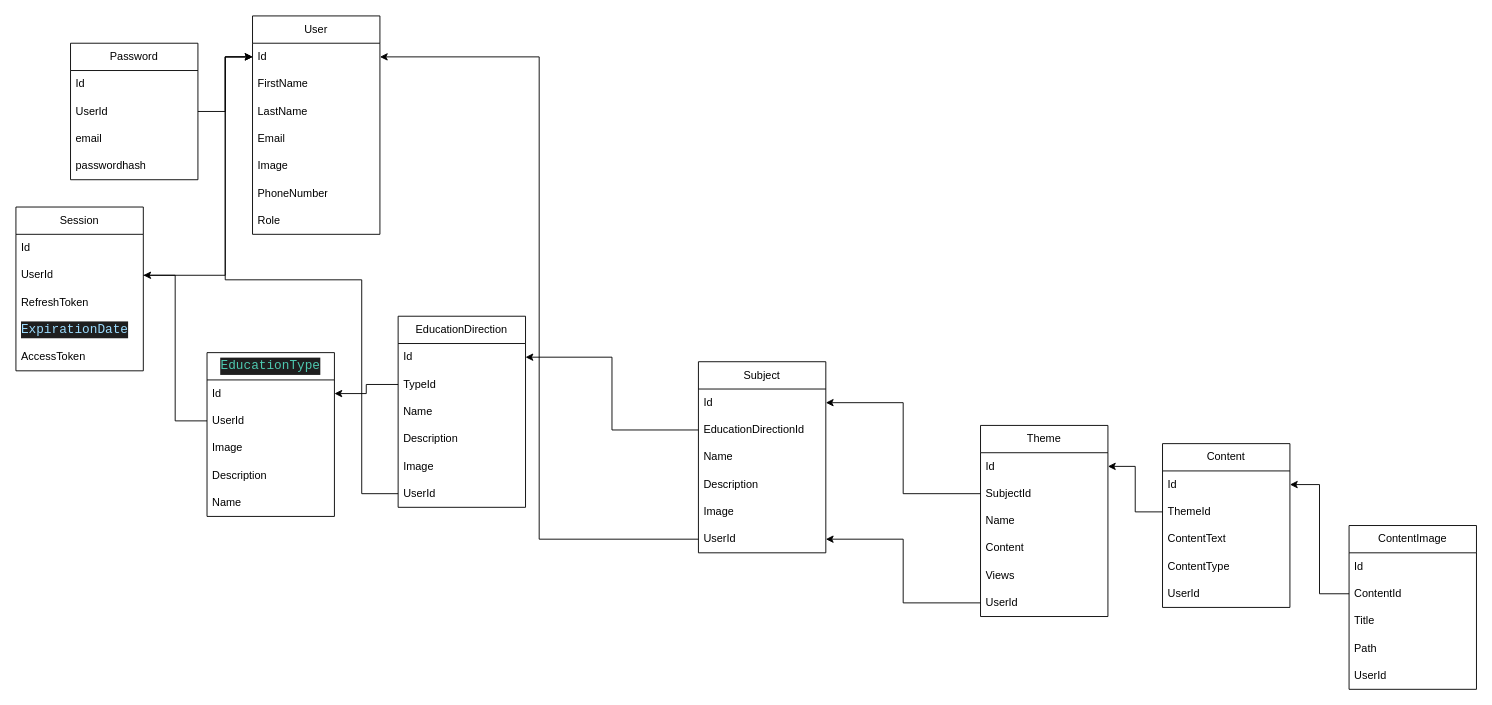
This is structure.drawio from TeacherShoxrux/talim-aspnet-core, a draw.io file, before an edit. Source tidied: cells renumbered, new cells numbered last; positions are measured from the earlier drawing's top-left corner, leaving out a move shared by most shapes. Both pictures are drawn from the tidied source at 91%, with x=0, y=0 at pixel (15, 15).
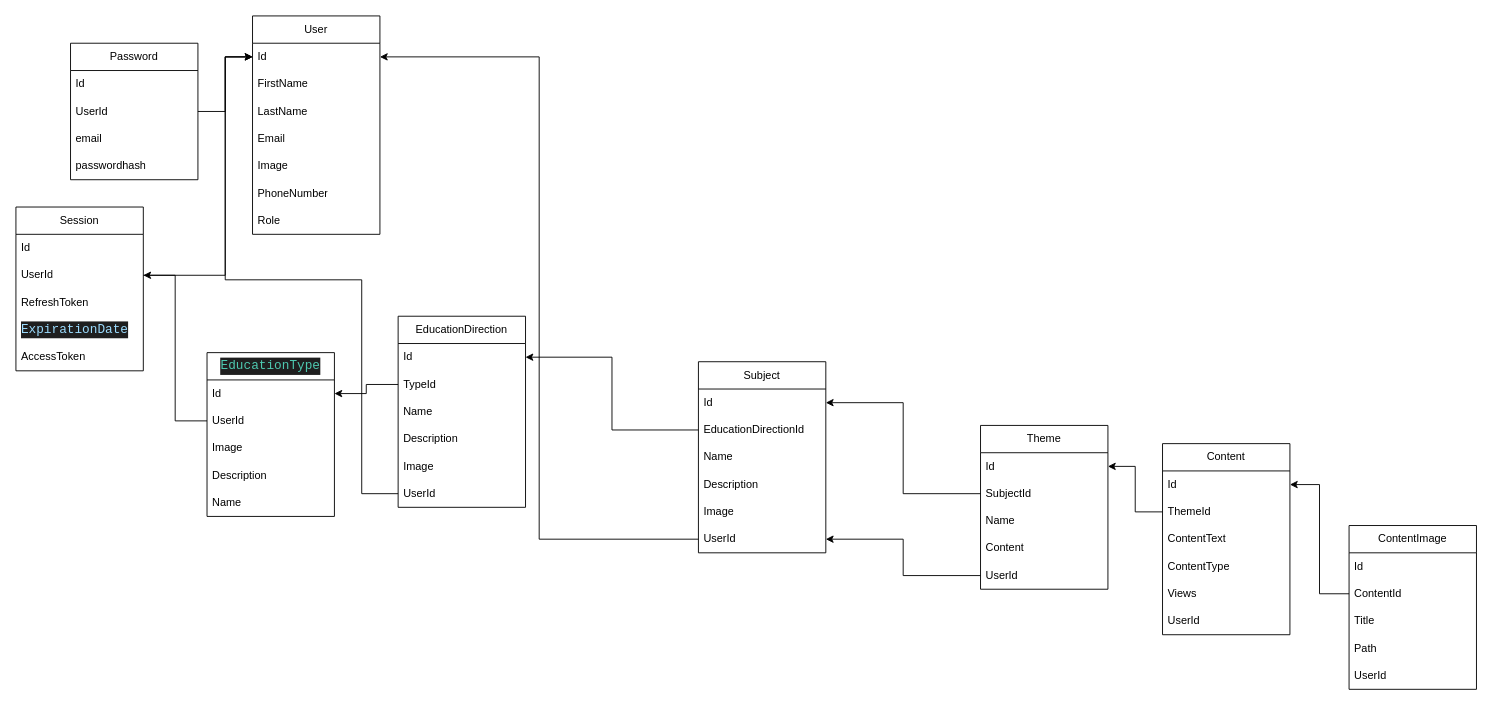
After the change.

Diff of the diagram source:
```diff
@@
     <mxCell id="30" value="Theme" style="swimlane;fontStyle=0;horizontal=1;startSize=30;whiteSpace=wrap;html=1;" parent="1" vertex="1">
-      <mxGeometry x="1060" y="450" width="140" height="210" as="geometry" />
+      <mxGeometry x="1060" y="450" width="140" height="180" as="geometry" />
     </mxCell>
@@
-    <mxCell id="35" value="Views" style="text;strokeColor=none;fillColor=none;align=left;verticalAlign=middle;spacingLeft=4;spacingRight=4;overflow=hidden;whiteSpace=wrap;html=1;" parent="30" vertex="1">
-      <mxGeometry y="150" width="140" height="30" as="geometry" />
-    </mxCell>
     <mxCell id="36" value="UserId" style="text;strokeColor=none;fillColor=none;align=left;verticalAlign=middle;spacingLeft=4;spacingRight=4;overflow=hidden;points=[[0,0.5],[1,0.5]];portConstraint=eastwest;whiteSpace=wrap;html=1;" parent="30" vertex="1">
-      <mxGeometry y="180" width="140" height="30" as="geometry" />
+      <mxGeometry y="150" width="140" height="30" as="geometry" />
     </mxCell>
@@
     <mxCell id="63" value="Content" style="swimlane;fontStyle=0;horizontal=1;startSize=30;whiteSpace=wrap;html=1;" parent="1" vertex="1">
-      <mxGeometry x="1260" y="470" width="140" height="180" as="geometry" />
+      <mxGeometry x="1260" y="470" width="140" height="210" as="geometry" />
     </mxCell>
@@
+    <mxCell id="35" value="Views" style="text;strokeColor=none;fillColor=none;align=left;verticalAlign=middle;spacingLeft=4;spacingRight=4;overflow=hidden;whiteSpace=wrap;html=1;" parent="63" vertex="1">
+      <mxGeometry y="150" width="140" height="30" as="geometry" />
+    </mxCell>
     <mxCell id="68" value="UserId" style="text;strokeColor=none;fillColor=none;align=left;verticalAlign=middle;spacingLeft=4;spacingRight=4;overflow=hidden;whiteSpace=wrap;html=1;" parent="63" vertex="1">
-      <mxGeometry y="150" width="140" height="30" as="geometry" />
+      <mxGeometry y="180" width="140" height="30" as="geometry" />
     </mxCell>
```
